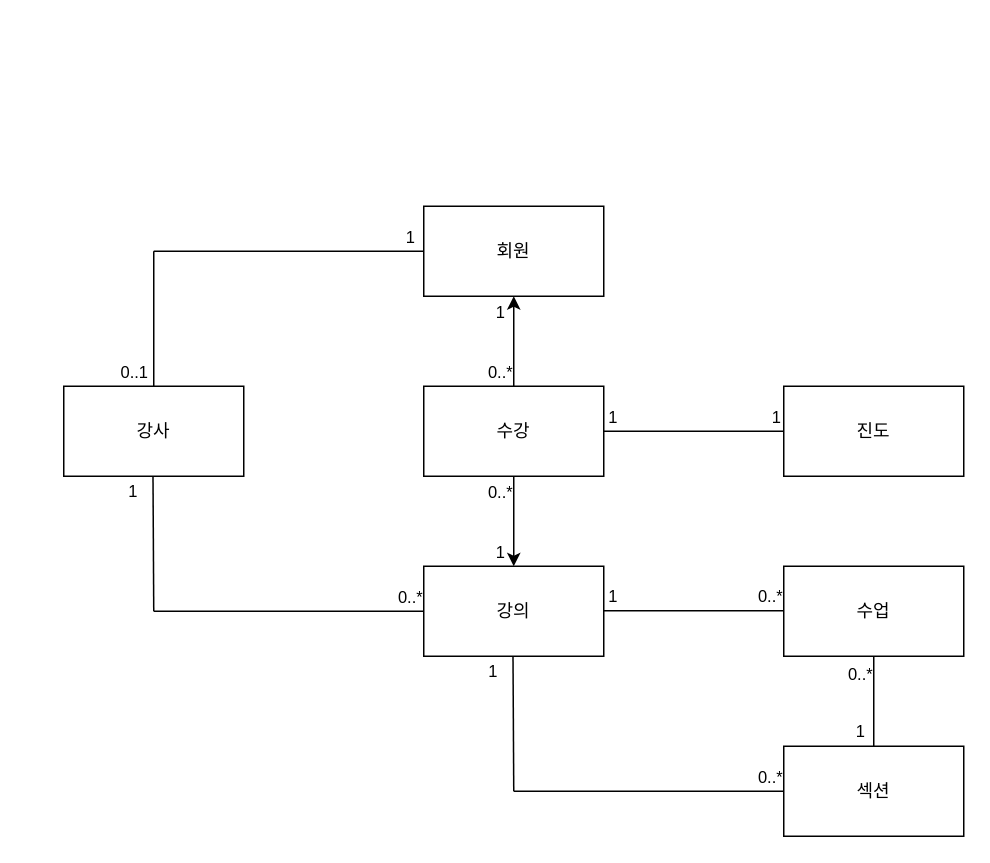
javython999/splearn keeps this draw.io diagram as docs/splearn.drawio. Above is the earlier version. Source tidied: cells renumbered, new cells numbered last; positions are measured from the earlier drawing's top-left corner, leaving out a move shared by most shapes. Both pictures are drawn from the tidied source at 150%, with x=0, y=0 at pixel (63, 206).
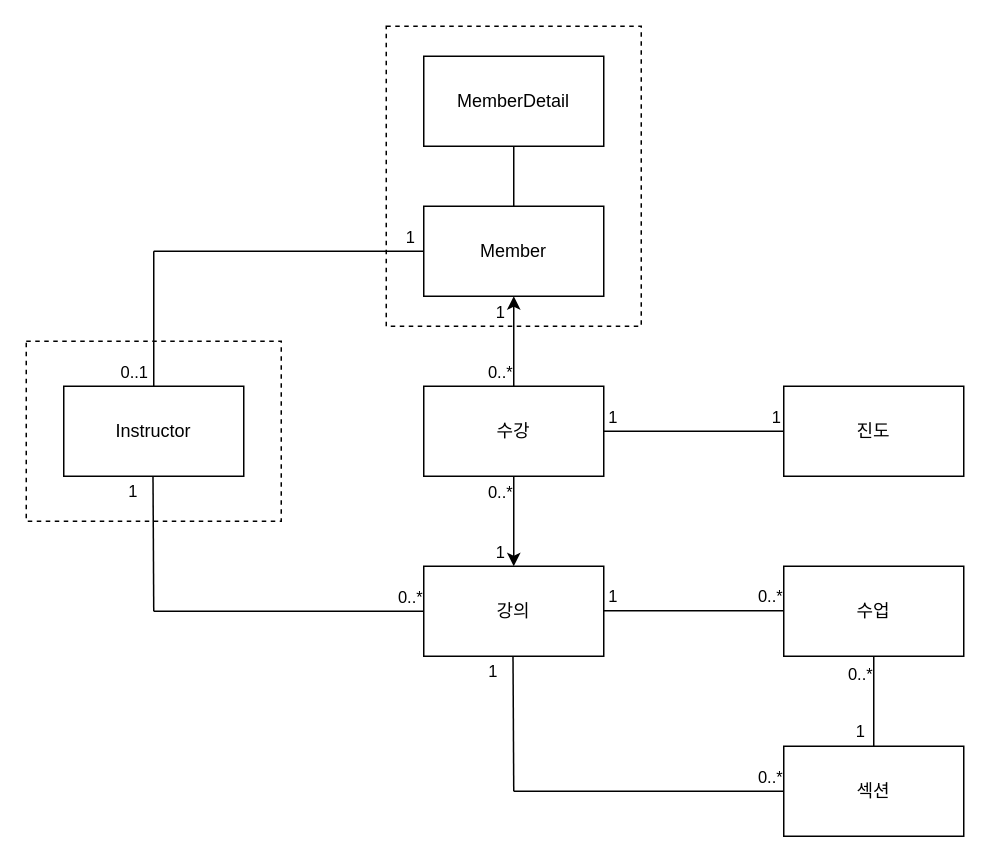
After the change.

Change to the diagram source:
```diff
@@
+    <mxCell id="36" value=" " style="rounded=0;whiteSpace=wrap;html=1;dashed=1;strokeColor=light-dark(#000000,#00FFFF);" parent="1" vertex="1">
+      <mxGeometry x="-25" y="90" width="170" height="120" as="geometry" />
+    </mxCell>
+    <mxCell id="37" value=" " style="rounded=0;whiteSpace=wrap;html=1;dashed=1;strokeColor=light-dark(#000000,#00FFFF);" parent="1" vertex="1">
+      <mxGeometry x="215" y="-120" width="170" height="200" as="geometry" />
+    </mxCell>
-    <mxCell id="2" value="회원" style="rounded=0;whiteSpace=wrap;html=1;" parent="1" vertex="1">
+    <mxCell id="2" value="Member" style="rounded=0;whiteSpace=wrap;html=1;" parent="1" vertex="1">
       <mxGeometry x="240" width="120" height="60" as="geometry" />
     </mxCell>
@@
-    <mxCell id="7" value="강사" style="rounded=0;whiteSpace=wrap;html=1;" parent="1" vertex="1">
+    <mxCell id="7" value="Instructor" style="rounded=0;whiteSpace=wrap;html=1;" parent="1" vertex="1">
       <mxGeometry y="120" width="120" height="60" as="geometry" />
     </mxCell>
@@
+    <mxCell id="38" value="MemberDetail" style="rounded=0;whiteSpace=wrap;html=1;" parent="1" vertex="1">
+      <mxGeometry x="240" y="-100" width="120" height="60" as="geometry" />
+    </mxCell>
+    <mxCell id="39" style="endArrow=none;html=1;rounded=0;entryX=0.5;entryY=1;entryDx=0;entryDy=0;exitX=0.5;exitY=0;exitDx=0;exitDy=0;" parent="1" edge="1" source="2" target="38">
+      <mxGeometry relative="1" as="geometry" />
+    </mxCell>
```
